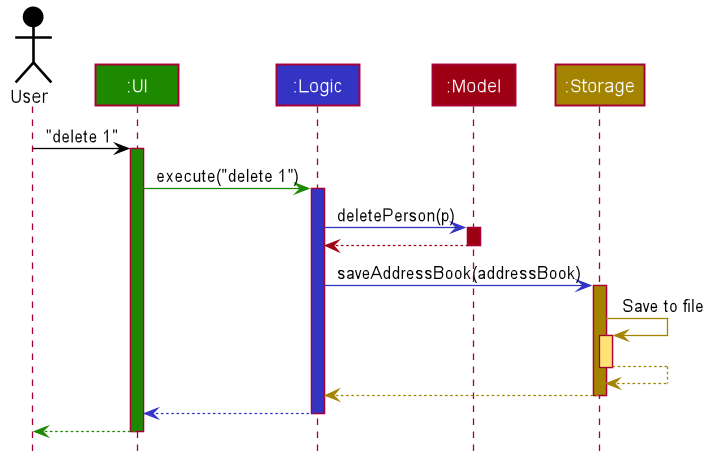
Before: docs/images/ArchitectureSequenceDiagram.png, a diagram exported from PlantUML (nus-cs2103-AY2122S1/tp).
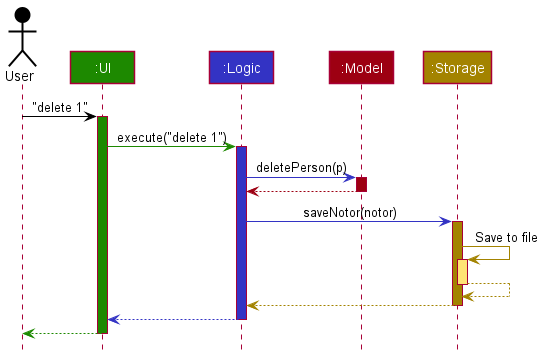
Above is the later version.

Diff of the diagram source:
```diff
@@ -1,85 +1,38 @@
 @startuml
+!include style.puml
 
+Actor User as user USER_COLOR
+Participant ":UI" as ui UI_COLOR
+Participant ":Logic" as logic LOGIC_COLOR
+Participant ":Model" as model MODEL_COLOR
+Participant ":Storage" as storage STORAGE_COLOR
 
+user -[USER_COLOR]> ui : "delete 1"
+activate ui UI_COLOR
 
+ui -[UI_COLOR]> logic : execute("delete 1")
+activate logic LOGIC_COLOR
 
+logic -[LOGIC_COLOR]> model : deletePerson(p)
+activate model MODEL_COLOR
 
-
-
-
-skinparam BackgroundColor #FFFFFFF
-
-skinparam Shadowing false
-
-skinparam Class {
-    FontColor #FFFFFF
-    BorderThickness 1
-    BorderColor #FFFFFF
-    StereotypeFontColor #FFFFFF
-    FontName Arial
-}
-
-skinparam Actor {
-    BorderColor #000000
-    Color #000000
-    FontName Arial
-}
-
-skinparam Sequence {
-    MessageAlign center
-    BoxFontSize 15
-    BoxPadding 0
-    BoxFontColor #FFFFFF
-    FontName Arial
-}
-
-skinparam Participant {
-    FontColor #FFFFFFF
-    Padding 20
-}
-
-skinparam MinClassWidth 50
-skinparam ParticipantPadding 10
-skinparam Shadowing false
-skinparam DefaultTextAlignment center
-skinparam packageStyle Rectangle
-
-hide footbox
-hide members
-hide circle
-
-Actor User as user #000000
-Participant ":UI" as ui #1D8900
-Participant ":Logic" as logic #3333C4
-Participant ":Model" as model #9D0012
-Participant ":Storage" as storage #A38300
-
-user -[#000000]> ui : "delete 1"
-activate ui #1D8900
-
-ui -[#1D8900]> logic : execute("delete 1")
-activate logic #3333C4
-
-logic -[#3333C4]> model : deletePerson(p)
-activate model #9D0012
-
-model -[#9D0012]-> logic
+model -[MODEL_COLOR]-> logic
 deactivate model
 
-logic -[#3333C4]> storage : saveAddressBook(addressBook)
-activate storage #A38300
+logic -[LOGIC_COLOR]> storage : saveNotor(notor)
+activate storage STORAGE_COLOR
 
-storage -[#A38300]> storage : Save to file
-activate storage #FFE374
-storage --[#A38300]> storage
+storage -[STORAGE_COLOR]> storage : Save to file
+activate storage STORAGE_COLOR_T1
+storage --[STORAGE_COLOR]> storage
 deactivate storage
 
-storage --[#A38300]> logic
+storage --[STORAGE_COLOR]> logic
 deactivate storage
 
-logic --[#3333C4]> ui
+logic --[LOGIC_COLOR]> ui
 deactivate logic
 
-ui--[#1D8900]> user
+ui--[UI_COLOR]> user
 deactivate ui
 @enduml
```
